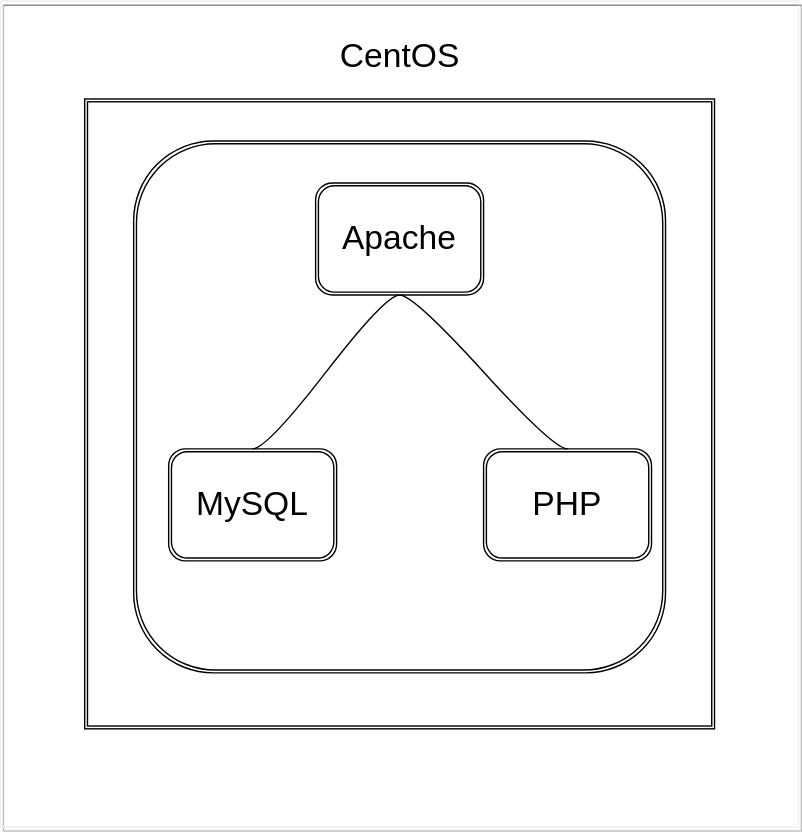
This is basic_server/basic_server.drawio.svg from ECCNetLab/problems, a draw.io export, as it was before one commit. Source tidied: cells renumbered, new cells last; positions are measured from the earlier drawing's top-left corner, leaving out a move shared by most shapes.
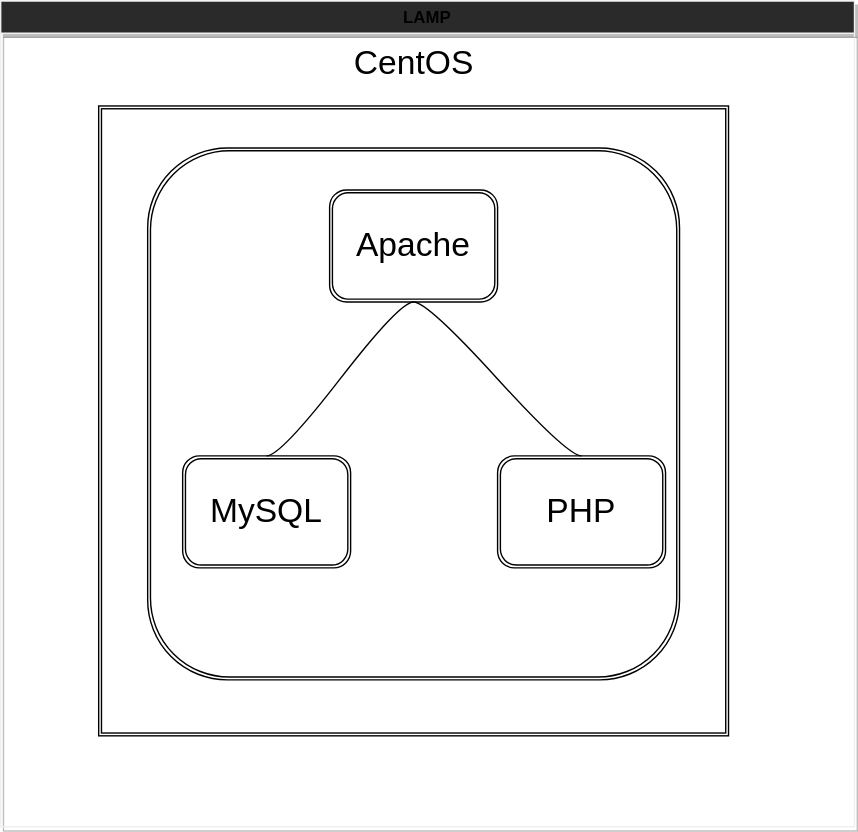
The same diagram one commit later.

Commit message:
背景色適用

What changed in the source:
```diff
@@ -26,8 +26,8 @@
     <mxCell id="9" style="edgeStyle=entityRelationEdgeStyle;startArrow=none;endArrow=none;segment=10;curved=1;fontSize=24;exitX=0.5;exitY=0;exitDx=0;exitDy=0;entryX=0.5;entryY=1;entryDx=0;entryDy=0;" parent="1" edge="1" source="6" target="5">
       <mxGeometry relative="1" as="geometry" />
     </mxCell>
-    <mxCell id="10" style="swimlane;startSize=0;strokeColor=#F0F0F0;fillColor=#2A2A2A;shadow=1;" parent="1" vertex="1">
-      <mxGeometry width="570" height="590" as="geometry" />
-    </mxCell>
+    <mxCell id="11" value="LAMP" style="swimlane;shadow=1;strokeColor=#F0F0F0;fillColor=#2A2A2A;" parent="1" vertex="1">
+      <mxGeometry x="-10" y="-5" width="610" height="590" as="geometry" />
+    </mxCell>
   </root>
 </mxGraphModel>
```
